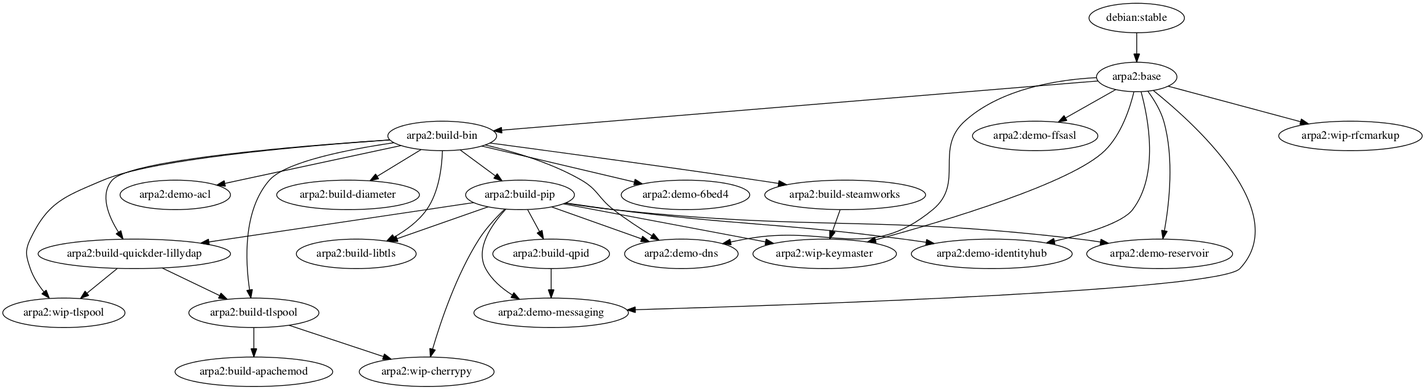
timkuijsten/docker-demo keeps this Graphviz diagram as deps.png. Above is the earlier version. Its source is kept beside it as deps.dot.
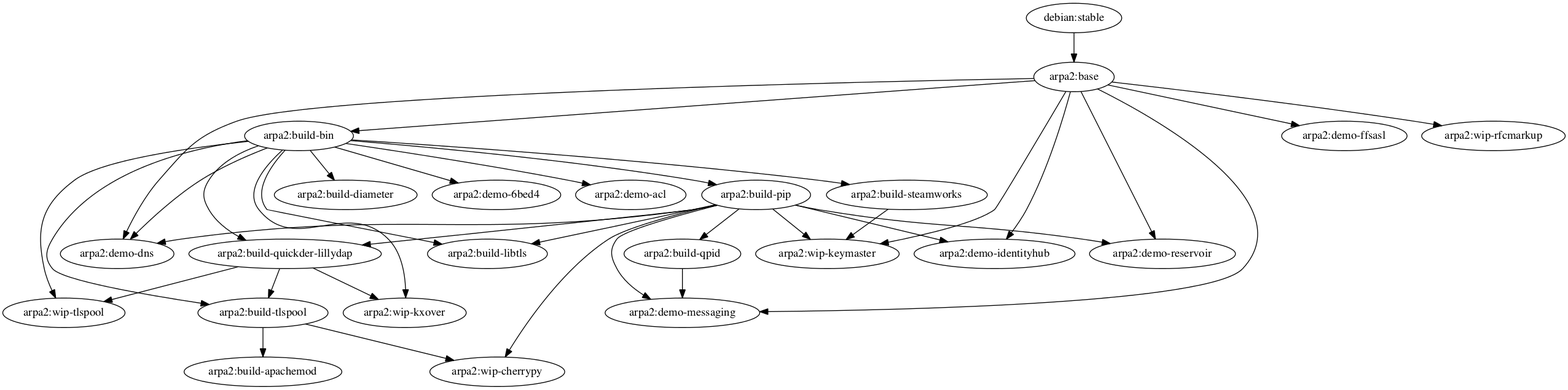
Later version of the same file.

What changed in the source:
```diff
@@ -30,6 +30,8 @@
    "arpa2:build-steamworks" -> "arpa2:wip-keymaster"
    "arpa2:build-pip" -> "arpa2:wip-keymaster"
    "arpa2:base" -> "arpa2:wip-keymaster"
+   "arpa2:build-quickder-lillydap" -> "arpa2:wip-kxover"
+   "arpa2:build-bin" -> "arpa2:wip-kxover"
    "arpa2:base" -> "arpa2:wip-rfcmarkup"
    "arpa2:build-quickder-lillydap" -> "arpa2:wip-tlspool"
    "arpa2:build-bin" -> "arpa2:wip-tlspool"
```
